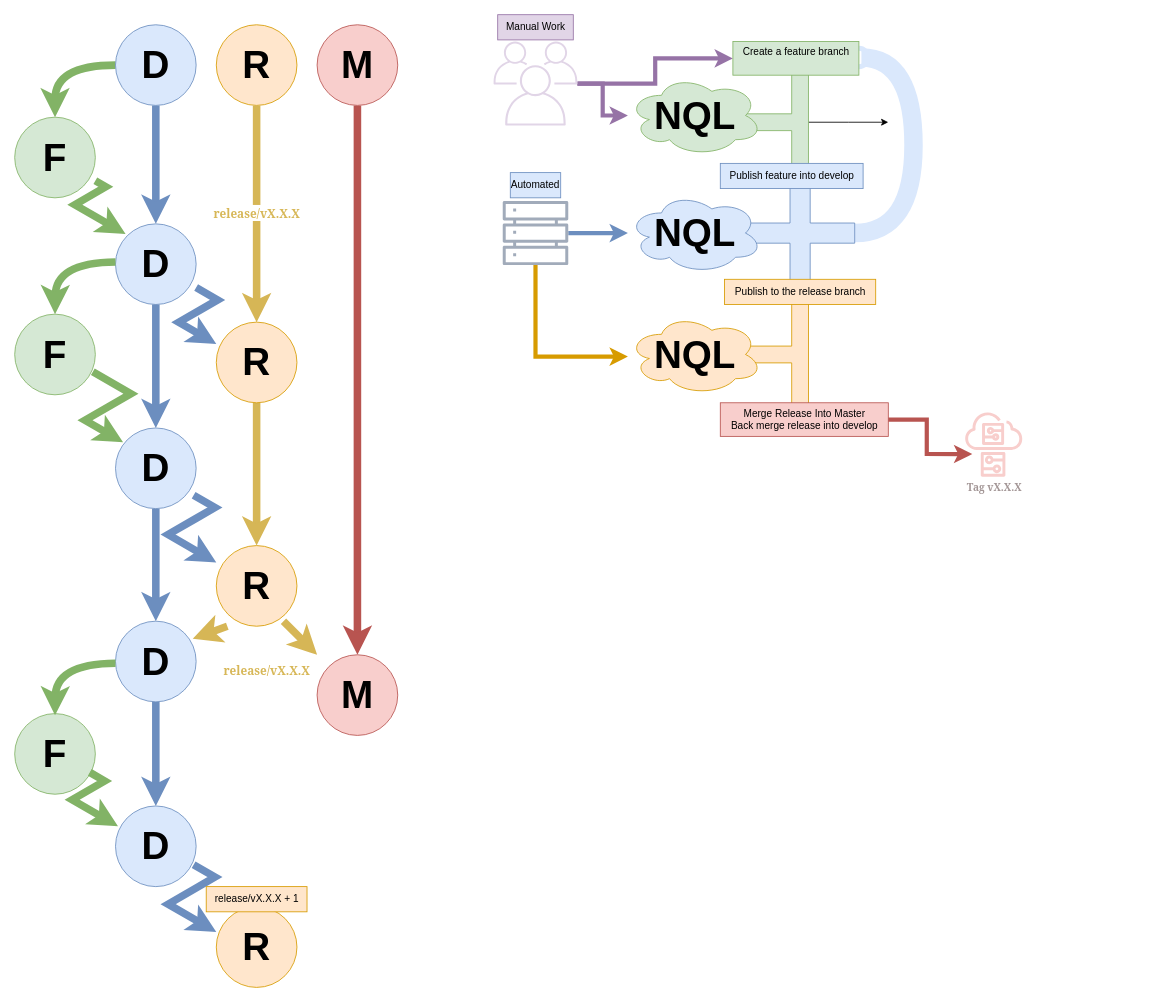
Earlier version of the draw.io diagram Untitled Diagram.drawio (michael-jaquier/go-bite). Source tidied: cells renumbered, new cells numbered last; positions are measured from the earlier drawing's top-left corner, leaving out a move shared by most shapes. Both pictures are drawn from the tidied source at 84%, with x=0, y=0 at pixel (14, 14).
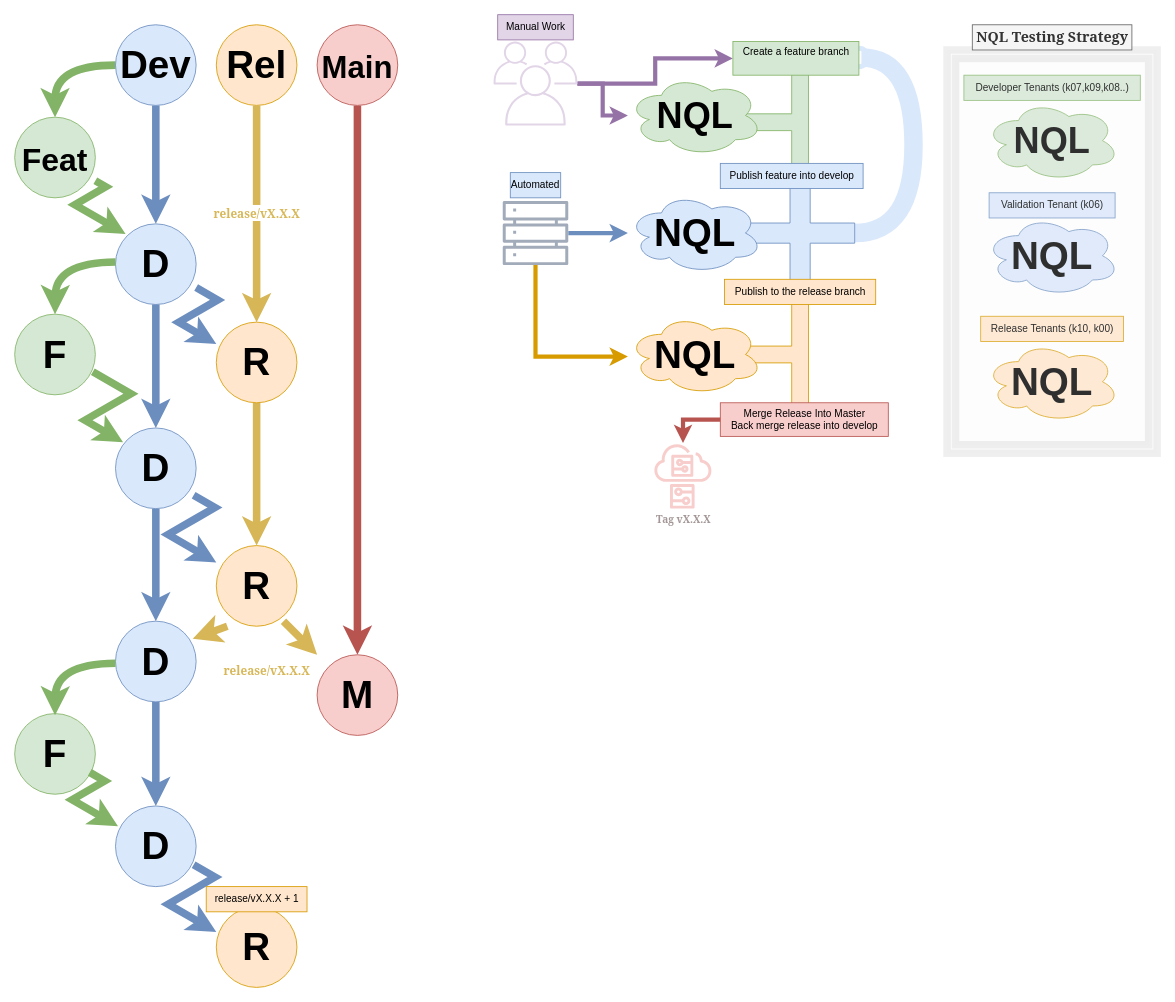
The same diagram, later.

Unchanged cells that the change refers to:
```xml
<mxCell id="23" style="shape=tee;whiteSpace=wrap;html=1;rotation=90;fillColor=#d5e8d4;strokeColor=#82b366;" parent="1" vertex="1">
  <mxGeometry x="847.5" y="88" width="115" height="80" as="geometry" />
</mxCell>
<mxCell id="39" value="Merge Release Into Master&lt;div&gt;Back merge release into develop&lt;/div&gt;" style="text;html=1;align=center;verticalAlign=middle;points=[];strokeColor=#b85450;fillColor=#f8cecc;" parent="1" vertex="1">
  <mxGeometry x="840" y="462" width="200" height="40" as="geometry" />
</mxCell>
```

The edit, as a diff of the source:
```diff
@@
-    <mxCell id="6" value="D" style="shape=ellipse;fillColor=#dae8fc;strokeColor=#6c8ebf;align=center;verticalAlign=middle;whiteSpace=wrap;fontSize=46;fontStyle=1;html=1;sketch=0;" parent="1" vertex="1">
+    <mxCell id="6" value="Dev" style="shape=ellipse;fillColor=#dae8fc;strokeColor=#6c8ebf;align=center;verticalAlign=middle;whiteSpace=wrap;fontSize=46;fontStyle=1;html=1;sketch=0;" parent="1" vertex="1">
       <mxGeometry x="120" y="12" width="96" height="96" as="geometry" />
     </mxCell>
@@
-    <mxCell id="8" value="R" style="shape=ellipse;fillColor=#ffe6cc;strokeColor=#d79b00;align=center;verticalAlign=middle;whiteSpace=wrap;fontSize=46;fontStyle=1;html=1;sketch=0;" parent="1" vertex="1">
+    <mxCell id="8" value="Rel" style="shape=ellipse;fillColor=#ffe6cc;strokeColor=#d79b00;align=center;verticalAlign=middle;whiteSpace=wrap;fontSize=46;fontStyle=1;html=1;sketch=0;" parent="1" vertex="1">
       <mxGeometry x="240" y="12" width="96" height="96" as="geometry" />
     </mxCell>
@@
-    <mxCell id="10" value="M" style="shape=ellipse;fillColor=#f8cecc;strokeColor=#b85450;align=center;verticalAlign=middle;whiteSpace=wrap;fontSize=46;fontStyle=1;html=1;sketch=0;" parent="1" vertex="1">
+    <mxCell id="10" value="&lt;font style=&quot;font-size: 37px;&quot;&gt;Main&lt;/font&gt;" style="shape=ellipse;fillColor=#f8cecc;strokeColor=#b85450;align=center;verticalAlign=middle;whiteSpace=wrap;fontSize=46;fontStyle=1;html=1;sketch=0;" parent="1" vertex="1">
       <mxGeometry x="360" y="12" width="96" height="96" as="geometry" />
     </mxCell>
@@
-    <mxCell id="12" value="F" style="shape=ellipse;fillColor=#d5e8d4;strokeColor=#82b366;align=center;verticalAlign=middle;whiteSpace=wrap;fontSize=46;fontStyle=1;html=1;sketch=0;" parent="1" vertex="1">
+    <mxCell id="12" value="&lt;font style=&quot;font-size: 38px;&quot;&gt;Feat&lt;/font&gt;" style="shape=ellipse;fillColor=#d5e8d4;strokeColor=#82b366;align=center;verticalAlign=middle;whiteSpace=wrap;fontSize=46;fontStyle=1;html=1;sketch=0;" parent="1" vertex="1">
       <mxGeometry y="122" width="96" height="96" as="geometry" />
     </mxCell>
@@
-    <mxCell id="22" style="edgeStyle=orthogonalEdgeStyle;rounded=0;jettySize=auto;html=1;" parent="1" edge="1" source="23">
-      <mxGeometry relative="1" as="geometry">
-        <mxPoint x="1040" y="128" as="targetPoint" />
-      </mxGeometry>
-    </mxCell>
@@
-    <mxCell id="24" value="NQL" style="ellipse;shape=cloud;whiteSpace=wrap;html=1;fontSize=46;fillColor=#d5e8d4;strokeColor=#82b366;fontStyle=1;sketch=0;" parent="1" vertex="1">
+    <mxCell id="24" value="NQL" style="ellipse;shape=cloud;whiteSpace=wrap;html=1;fontSize=43;fillColor=#d5e8d4;strokeColor=#82b366;fontStyle=1;sketch=0;" parent="1" vertex="1">
       <mxGeometry x="730" y="72" width="160" height="96" as="geometry" />
     </mxCell>
@@
     <mxCell id="40" value="Tag vX.X.X" style="sketch=0;outlineConnect=0;fillColor=#f8cecc;strokeColor=#b85450;dashed=0;verticalLabelPosition=bottom;verticalAlign=top;align=center;html=1;fontSize=12;fontStyle=1;shape=mxgraph.aws4.simulator;fontFamily=Georgia;fontColor=#A39696;" parent="1" vertex="1">
-      <mxGeometry x="1130" y="472" width="71" height="78" as="geometry" />
+      <mxGeometry x="760" y="510" width="71" height="78" as="geometry" />
     </mxCell>
-    <mxCell id="41" style="edgeStyle=orthogonalEdgeStyle;rounded=0;jettySize=auto;html=1;entryX=0.124;entryY=0.654;entryDx=0;entryDy=0;entryPerimeter=0;strokeWidth=5;fillColor=#f8cecc;strokeColor=#b85450;" parent="1" edge="1" source="39" target="40">
+    <mxCell id="41" style="edgeStyle=orthogonalEdgeStyle;rounded=0;jettySize=auto;html=1;strokeWidth=5;fillColor=#f8cecc;strokeColor=#b85450;" parent="1" edge="1" source="39" target="40">
       <mxGeometry relative="1" as="geometry" />
     </mxCell>
@@
+    <mxCell id="57" value="NQL" style="ellipse;shape=cloud;whiteSpace=wrap;html=1;fontSize=43;fillColor=#d5e8d4;strokeColor=#82b366;fontStyle=1;sketch=0;" parent="1" vertex="1">
+      <mxGeometry x="1155" y="102" width="160" height="96" as="geometry" />
+    </mxCell>
+    <mxCell id="58" value="Developer Tenants (k07,k09,k08..)" style="text;html=1;align=center;verticalAlign=middle;strokeColor=#82b366;fillColor=#d5e8d4;" parent="1" vertex="1">
+      <mxGeometry x="1130" y="72" width="210" height="30" as="geometry" />
+    </mxCell>
+    <mxCell id="59" value="NQL" style="ellipse;shape=cloud;whiteSpace=wrap;html=1;fontSize=46;fillColor=#dae8fc;strokeColor=#6c8ebf;fontStyle=1;sketch=0;" parent="1" vertex="1">
+      <mxGeometry x="1155" y="239" width="160" height="96" as="geometry" />
+    </mxCell>
+    <mxCell id="60" value="Validation Tenant (k06)" style="text;html=1;align=center;verticalAlign=middle;strokeColor=#6c8ebf;fillColor=#dae8fc;" parent="1" vertex="1">
+      <mxGeometry x="1160" y="212" width="150" height="30" as="geometry" />
+    </mxCell>
+    <mxCell id="61" value="NQL" style="ellipse;shape=cloud;whiteSpace=wrap;html=1;fontSize=46;fillColor=#ffe6cc;strokeColor=#d79b00;fontStyle=1;sketch=0;" parent="1" vertex="1">
+      <mxGeometry x="1155" y="389" width="160" height="96" as="geometry" />
+    </mxCell>
+    <mxCell id="62" value="Release Tenants (k10, k00)" style="text;html=1;align=center;verticalAlign=middle;strokeColor=#d79b00;fillColor=#ffe6cc;" parent="1" vertex="1">
+      <mxGeometry x="1150" y="359" width="170" height="30" as="geometry" />
+    </mxCell>
+    <mxCell id="63" style="shape=ext;double=1;rounded=0;whiteSpace=wrap;html=1;fillColor=#f5f5f5;strokeColor=#666666;fillStyle=auto;opacity=10;fontColor=#333333;strokeWidth=9;" parent="1" vertex="1">
+      <mxGeometry x="1110" y="42" width="250" height="480" as="geometry" />
+    </mxCell>
+    <mxCell id="64" value="NQL Testing Strategy" style="text;html=1;align=center;verticalAlign=middle;strokeColor=#666666;fillColor=#f5f5f5;fontFamily=Georgia;fontStyle=1;fontSize=17;fontColor=#333333;strokeWidth=1;perimeterSpacing=6;" parent="1" vertex="1">
+      <mxGeometry x="1140" y="12" width="190" height="30" as="geometry" />
+    </mxCell>
```
